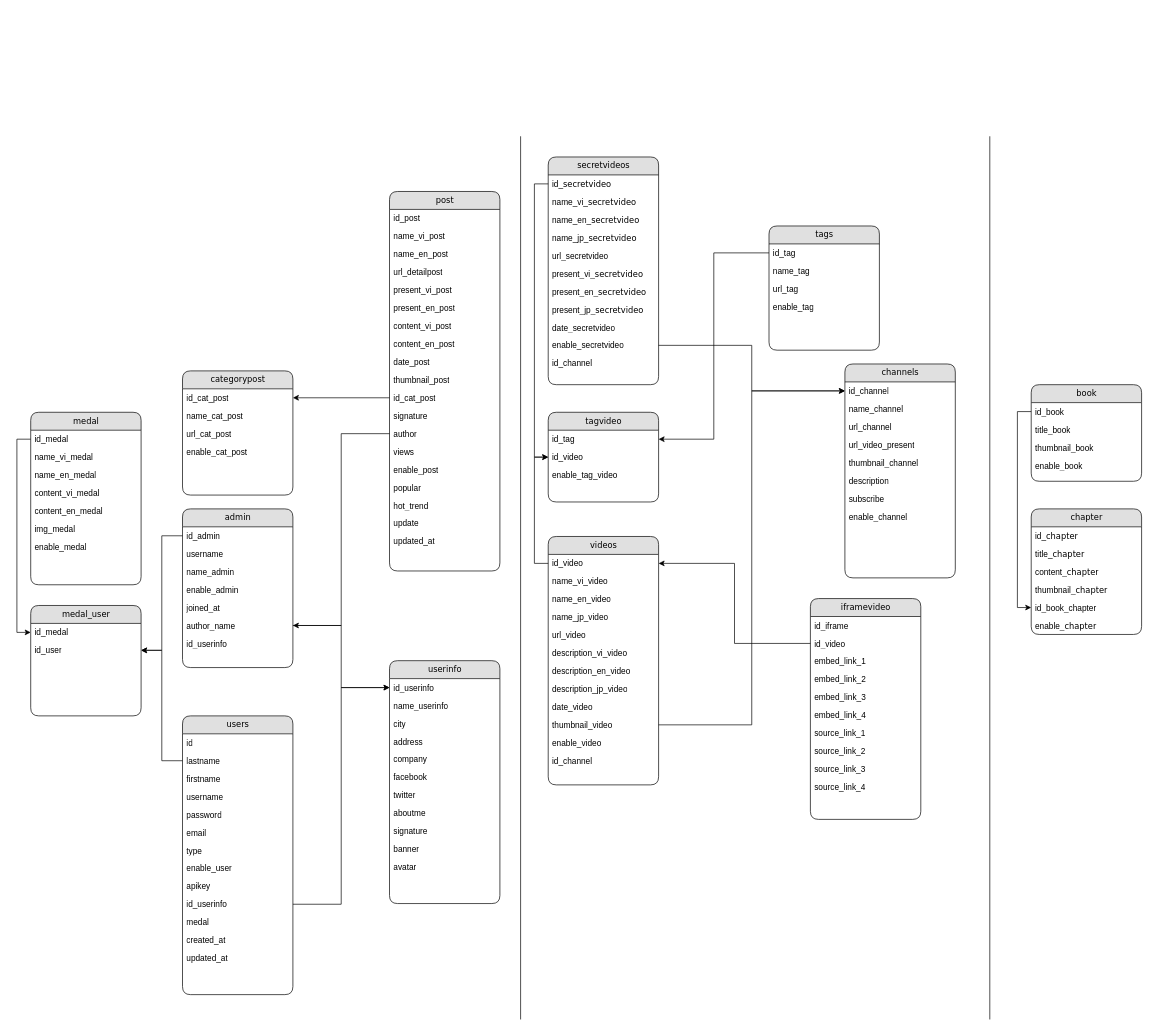
KINGDOMNVHAI/techbase keeps this draw.io diagram as document/database.drawio. Above is the earlier version. Source tidied: cells renumbered, new cells numbered last; positions are measured from the earlier drawing's top-left corner, leaving out a move shared by most shapes. Both pictures are drawn from the tidied source at 69%, with x=0, y=0 at pixel (30, 136).
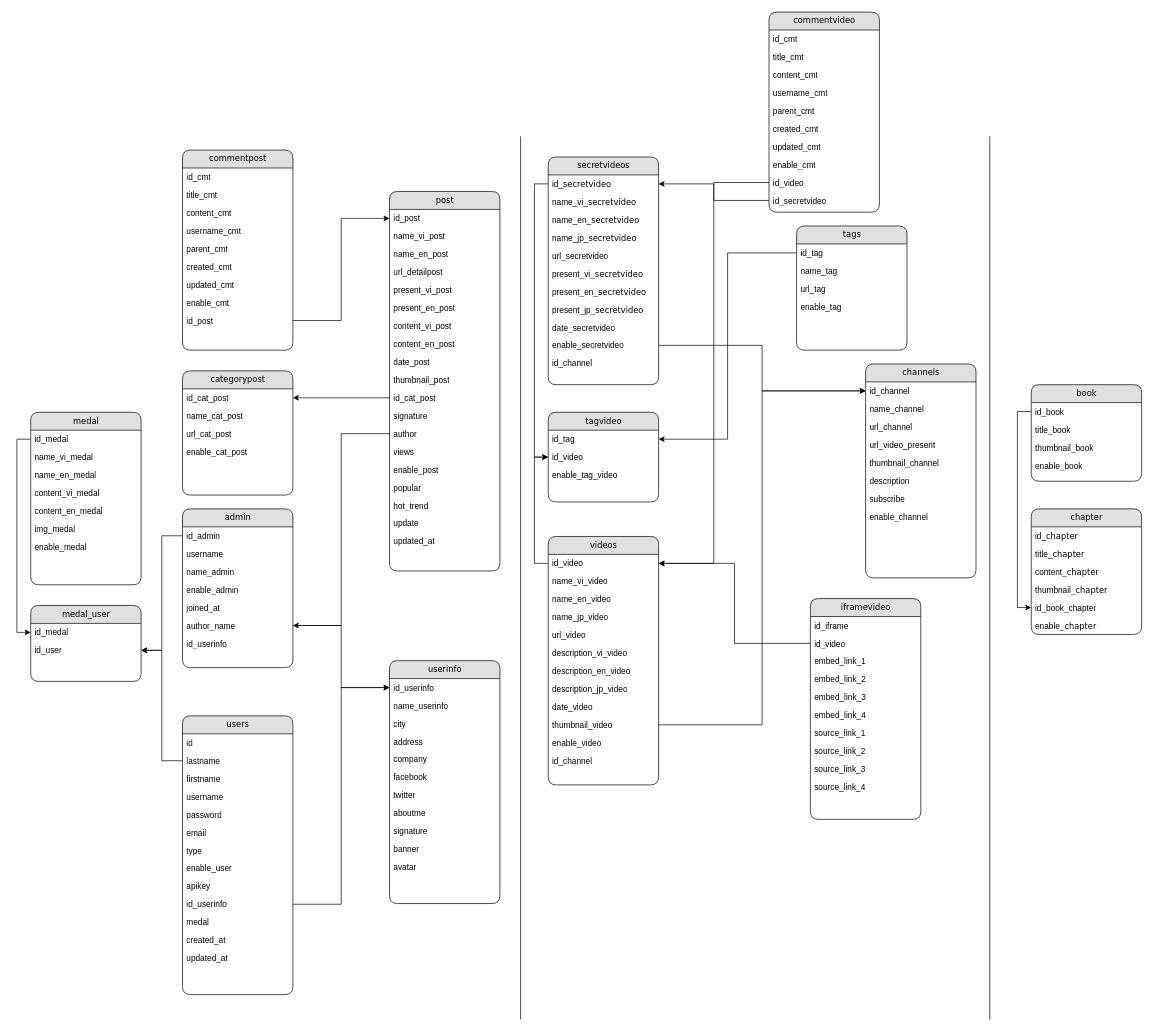
Above is the later version.

The change refers to these unchanged cells:
```xml
<mxCell id="22" value="id_post" style="text;html=1;strokeColor=none;fillColor=none;spacingLeft=4;spacingRight=4;whiteSpace=wrap;overflow=hidden;points=[[0,0.5],[1,0.5]];portConstraint=eastwest;" parent="21" vertex="1">
  <mxGeometry y="26" width="160" height="26" as="geometry" />
</mxCell>
<mxCell id="76" value="id_video" style="text;html=1;strokeColor=none;fillColor=none;spacingLeft=4;spacingRight=4;whiteSpace=wrap;overflow=hidden;points=[[0,0.5],[1,0.5]];portConstraint=eastwest;" parent="75" vertex="1">
  <mxGeometry y="26" width="160" height="26" as="geometry" />
</mxCell>
<mxCell id="122" value="id_&lt;span style=&quot;font-family: &amp;#34;verdana&amp;#34; ; text-align: center&quot;&gt;secretvideo&lt;/span&gt;" style="text;html=1;strokeColor=none;fillColor=none;spacingLeft=4;spacingRight=4;whiteSpace=wrap;overflow=hidden;points=[[0,0.5],[1,0.5]];portConstraint=eastwest;" parent="121" vertex="1">
  <mxGeometry y="26" width="160" height="26" as="geometry" />
</mxCell>
```

Change to the diagram source:
```diff
@@
     <mxCell id="41" value="tags" style="swimlane;html=1;fontStyle=0;horizontal=1;startSize=26;fillColor=#e0e0e0;swimlaneFillColor=#ffffff;align=center;rounded=1;shadow=0;comic=0;labelBackgroundColor=none;strokeWidth=1;fontFamily=Verdana;fontSize=12;" parent="1" vertex="1">
-      <mxGeometry x="1070" y="130" width="160" height="180" as="geometry" />
+      <mxGeometry x="1110" y="130" width="160" height="180" as="geometry" />
     </mxCell>
@@
     <mxCell id="46" value="channels" style="swimlane;html=1;fontStyle=0;horizontal=1;startSize=26;fillColor=#e0e0e0;swimlaneFillColor=#ffffff;align=center;rounded=1;shadow=0;comic=0;labelBackgroundColor=none;strokeWidth=1;fontFamily=Verdana;fontSize=12;" parent="1" vertex="1">
-      <mxGeometry x="1180" y="330" width="160" height="310" as="geometry" />
+      <mxGeometry x="1210" y="330" width="160" height="310" as="geometry" />
     </mxCell>
@@
     <mxCell id="109" value="medal_user" style="swimlane;html=1;fontStyle=0;horizontal=1;startSize=26;fillColor=#e0e0e0;swimlaneFillColor=#ffffff;align=center;rounded=1;shadow=0;comic=0;labelBackgroundColor=none;strokeWidth=1;fontFamily=Verdana;fontSize=12;" parent="1" vertex="1">
-      <mxGeometry y="680" width="160" height="160" as="geometry" />
+      <mxGeometry y="680" width="160" height="110" as="geometry" />
     </mxCell>
@@
+    <mxCell id="154" value="commentvideo" style="swimlane;html=1;fontStyle=0;horizontal=1;startSize=26;fillColor=#e0e0e0;swimlaneFillColor=#ffffff;align=center;rounded=1;shadow=0;comic=0;labelBackgroundColor=none;strokeWidth=1;fontFamily=Verdana;fontSize=12;" parent="1" vertex="1">
+      <mxGeometry x="1070" y="-180" width="160" height="290" as="geometry" />
+    </mxCell>
+    <mxCell id="155" value="id_cmt" style="text;html=1;strokeColor=none;fillColor=none;spacingLeft=4;spacingRight=4;whiteSpace=wrap;overflow=hidden;" parent="154" vertex="1">
+      <mxGeometry y="26" width="160" height="26" as="geometry" />
+    </mxCell>
+    <mxCell id="156" value="title_cmt" style="text;html=1;strokeColor=none;fillColor=none;spacingLeft=4;spacingRight=4;whiteSpace=wrap;overflow=hidden;" parent="154" vertex="1">
+      <mxGeometry y="52" width="160" height="26" as="geometry" />
+    </mxCell>
+    <mxCell id="157" value="content_cmt" style="text;html=1;strokeColor=none;fillColor=none;spacingLeft=4;spacingRight=4;whiteSpace=wrap;overflow=hidden;" parent="154" vertex="1">
+      <mxGeometry y="78" width="160" height="26" as="geometry" />
+    </mxCell>
+    <mxCell id="158" value="username_cmt" style="text;html=1;strokeColor=none;fillColor=none;spacingLeft=4;spacingRight=4;whiteSpace=wrap;overflow=hidden;" parent="154" vertex="1">
+      <mxGeometry y="104" width="160" height="26" as="geometry" />
+    </mxCell>
+    <mxCell id="159" value="parent_cmt" style="text;html=1;strokeColor=none;fillColor=none;spacingLeft=4;spacingRight=4;whiteSpace=wrap;overflow=hidden;" parent="154" vertex="1">
+      <mxGeometry y="130" width="160" height="26" as="geometry" />
+    </mxCell>
+    <mxCell id="160" value="created_cmt" style="text;html=1;strokeColor=none;fillColor=none;spacingLeft=4;spacingRight=4;whiteSpace=wrap;overflow=hidden;" parent="154" vertex="1">
+      <mxGeometry y="156" width="160" height="26" as="geometry" />
+    </mxCell>
+    <mxCell id="161" value="updated_cmt" style="text;html=1;strokeColor=none;fillColor=none;spacingLeft=4;spacingRight=4;whiteSpace=wrap;overflow=hidden;" parent="154" vertex="1">
+      <mxGeometry y="182" width="160" height="26" as="geometry" />
+    </mxCell>
+    <mxCell id="162" value="enable_cmt" style="text;html=1;strokeColor=none;fillColor=none;spacingLeft=4;spacingRight=4;whiteSpace=wrap;overflow=hidden;" parent="154" vertex="1">
+      <mxGeometry y="208" width="160" height="26" as="geometry" />
+    </mxCell>
+    <mxCell id="163" value="id_video" style="text;html=1;strokeColor=none;fillColor=none;spacingLeft=4;spacingRight=4;whiteSpace=wrap;overflow=hidden;points=[[0,0.5],[1,0.5]];portConstraint=eastwest;" parent="154" vertex="1">
+      <mxGeometry y="234" width="160" height="26" as="geometry" />
+    </mxCell>
+    <mxCell id="164" value="id_secretvideo" style="text;html=1;strokeColor=none;fillColor=none;spacingLeft=4;spacingRight=4;whiteSpace=wrap;overflow=hidden;points=[[0,0.5],[1,0.5]];portConstraint=eastwest;" parent="154" vertex="1">
+      <mxGeometry y="260" width="160" height="26" as="geometry" />
+    </mxCell>
+    <mxCell id="165" style="edgeStyle=orthogonalEdgeStyle;rounded=0;jettySize=auto;html=1;entryX=1;entryY=0.5;entryDx=0;entryDy=0;" parent="1" edge="1" source="164" target="122">
+      <mxGeometry relative="1" as="geometry" />
+    </mxCell>
+    <mxCell id="166" style="edgeStyle=orthogonalEdgeStyle;rounded=0;jettySize=auto;html=1;entryX=1;entryY=0.5;entryDx=0;entryDy=0;" parent="1" edge="1" source="163" target="76">
+      <mxGeometry relative="1" as="geometry" />
+    </mxCell>
+    <mxCell id="167" value="commentpost" style="swimlane;html=1;fontStyle=0;horizontal=1;startSize=26;fillColor=#e0e0e0;swimlaneFillColor=#ffffff;align=center;rounded=1;shadow=0;comic=0;labelBackgroundColor=none;strokeWidth=1;fontFamily=Verdana;fontSize=12;" parent="1" vertex="1">
+      <mxGeometry x="220" y="20" width="160" height="290" as="geometry" />
+    </mxCell>
+    <mxCell id="168" value="id_cmt" style="text;html=1;strokeColor=none;fillColor=none;spacingLeft=4;spacingRight=4;whiteSpace=wrap;overflow=hidden;" parent="167" vertex="1">
+      <mxGeometry y="26" width="160" height="26" as="geometry" />
+    </mxCell>
+    <mxCell id="169" value="title_cmt" style="text;html=1;strokeColor=none;fillColor=none;spacingLeft=4;spacingRight=4;whiteSpace=wrap;overflow=hidden;" parent="167" vertex="1">
+      <mxGeometry y="52" width="160" height="26" as="geometry" />
+    </mxCell>
+    <mxCell id="170" value="content_cmt" style="text;html=1;strokeColor=none;fillColor=none;spacingLeft=4;spacingRight=4;whiteSpace=wrap;overflow=hidden;" parent="167" vertex="1">
+      <mxGeometry y="78" width="160" height="26" as="geometry" />
+    </mxCell>
+    <mxCell id="171" value="username_cmt" style="text;html=1;strokeColor=none;fillColor=none;spacingLeft=4;spacingRight=4;whiteSpace=wrap;overflow=hidden;" parent="167" vertex="1">
+      <mxGeometry y="104" width="160" height="26" as="geometry" />
+    </mxCell>
+    <mxCell id="172" value="parent_cmt" style="text;html=1;strokeColor=none;fillColor=none;spacingLeft=4;spacingRight=4;whiteSpace=wrap;overflow=hidden;" parent="167" vertex="1">
+      <mxGeometry y="130" width="160" height="26" as="geometry" />
+    </mxCell>
+    <mxCell id="173" value="created_cmt" style="text;html=1;strokeColor=none;fillColor=none;spacingLeft=4;spacingRight=4;whiteSpace=wrap;overflow=hidden;" parent="167" vertex="1">
+      <mxGeometry y="156" width="160" height="26" as="geometry" />
+    </mxCell>
+    <mxCell id="174" value="updated_cmt" style="text;html=1;strokeColor=none;fillColor=none;spacingLeft=4;spacingRight=4;whiteSpace=wrap;overflow=hidden;" parent="167" vertex="1">
+      <mxGeometry y="182" width="160" height="26" as="geometry" />
+    </mxCell>
+    <mxCell id="175" value="enable_cmt" style="text;html=1;strokeColor=none;fillColor=none;spacingLeft=4;spacingRight=4;whiteSpace=wrap;overflow=hidden;" parent="167" vertex="1">
+      <mxGeometry y="208" width="160" height="26" as="geometry" />
+    </mxCell>
+    <mxCell id="176" value="id_post" style="text;html=1;strokeColor=none;fillColor=none;spacingLeft=4;spacingRight=4;whiteSpace=wrap;overflow=hidden;points=[[0,0.5],[1,0.5]];portConstraint=eastwest;" parent="167" vertex="1">
+      <mxGeometry y="234" width="160" height="26" as="geometry" />
+    </mxCell>
+    <mxCell id="177" style="edgeStyle=orthogonalEdgeStyle;rounded=0;jettySize=auto;html=1;entryX=0;entryY=0.5;entryDx=0;entryDy=0;" parent="1" edge="1" source="176" target="22">
+      <mxGeometry relative="1" as="geometry" />
+    </mxCell>
```
